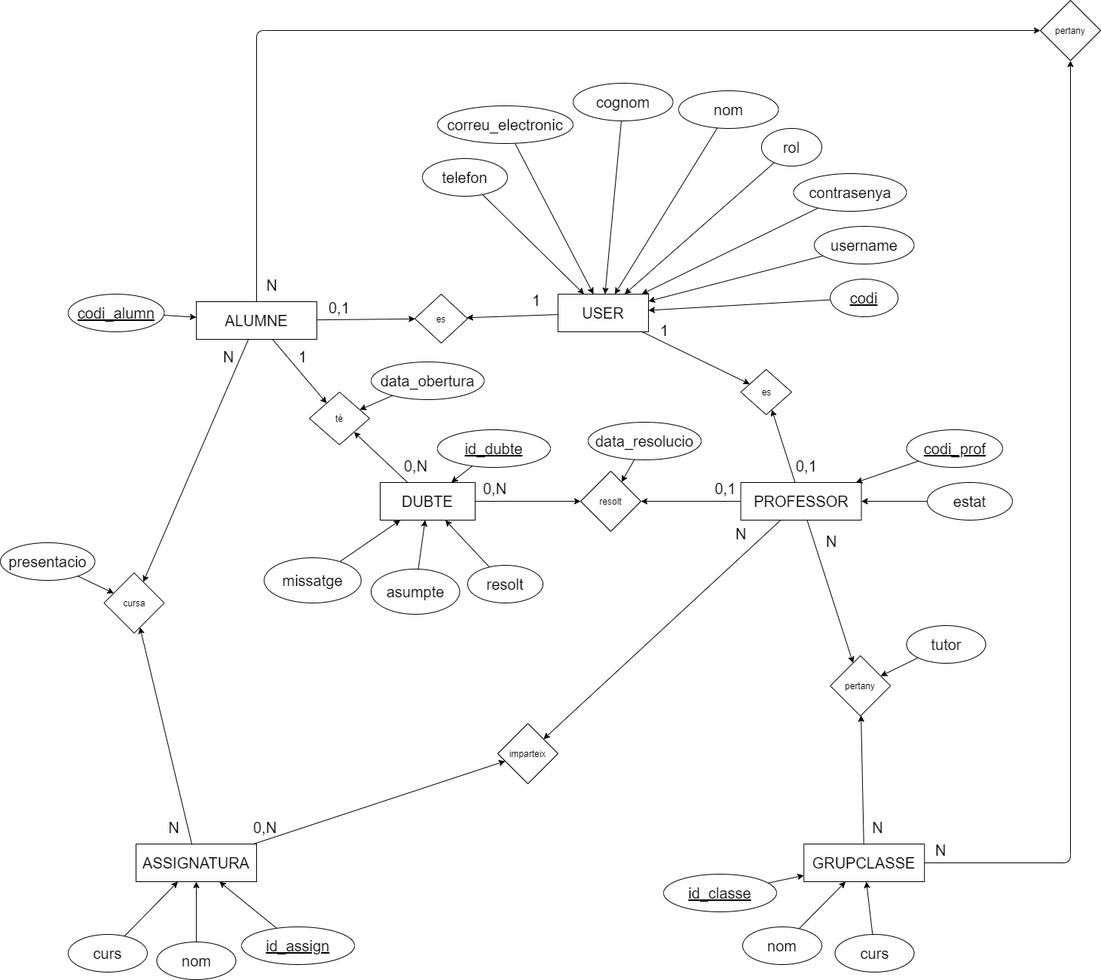
Projecte4-Webs-al-punt/Projecte4-Gestor-de-Torns-Professors keeps this draw.io diagram as Diagrames/EntitatRelacio.drawio.png. Above is the earlier version. Source tidied: cells renumbered, new cells last; positions are measured from the earlier drawing's top-left corner, leaving out a move shared by most shapes.
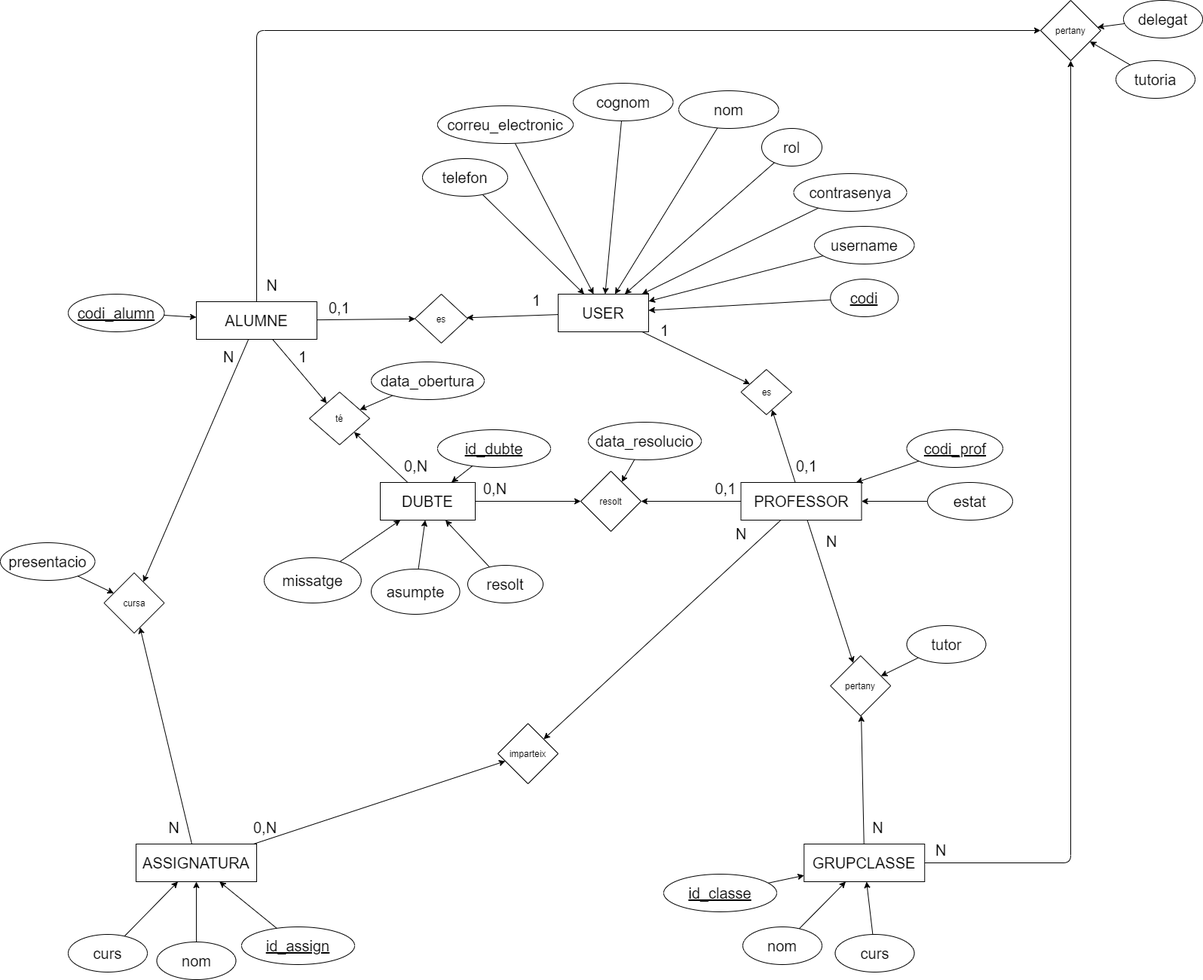
The same diagram one commit later.

Commit message:
model entitat relacio i relacional

Diff of the diagram source:
```diff
@@ -298,5 +298,17 @@
     <mxCell id="97" value="N" style="text;strokeColor=none;fillColor=none;spacingLeft=4;spacingRight=4;overflow=hidden;fontSize=20;" parent="1" vertex="1">
       <mxGeometry x="290" y="455" width="40" height="30" as="geometry" />
     </mxCell>
+    <mxCell id="98" style="edgeStyle=none;html=1;" parent="1" edge="1" source="99" target="87">
+      <mxGeometry relative="1" as="geometry" />
+    </mxCell>
+    <mxCell id="99" value="tutoria" style="ellipse;whiteSpace=wrap;html=1;align=center;fontSize=20;" parent="1" vertex="1">
+      <mxGeometry x="1480" y="80" width="105" height="50" as="geometry" />
+    </mxCell>
+    <mxCell id="100" style="edgeStyle=none;html=1;" parent="1" edge="1" source="101" target="87">
+      <mxGeometry relative="1" as="geometry" />
+    </mxCell>
+    <mxCell id="101" value="delegat" style="ellipse;whiteSpace=wrap;html=1;align=center;fontSize=20;" parent="1" vertex="1">
+      <mxGeometry x="1490" width="105" height="50" as="geometry" />
+    </mxCell>
   </root>
 </mxGraphModel>
```
